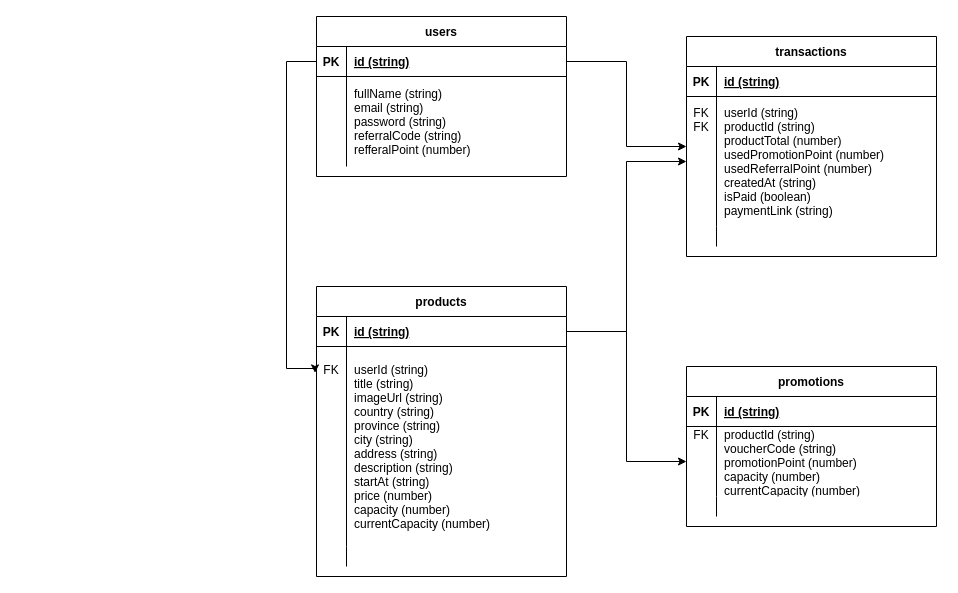
The draw.io diagram src/utils/erd.drawio in panjiarlins/events-tickets-marketplace, before the edit. Source tidied: cells renumbered, new cells numbered last; positions are measured from the earlier drawing's top-left corner, leaving out a move shared by most shapes. Both pictures are drawn from the tidied source at 100%, with x=0, y=0 at pixel (286, 16).
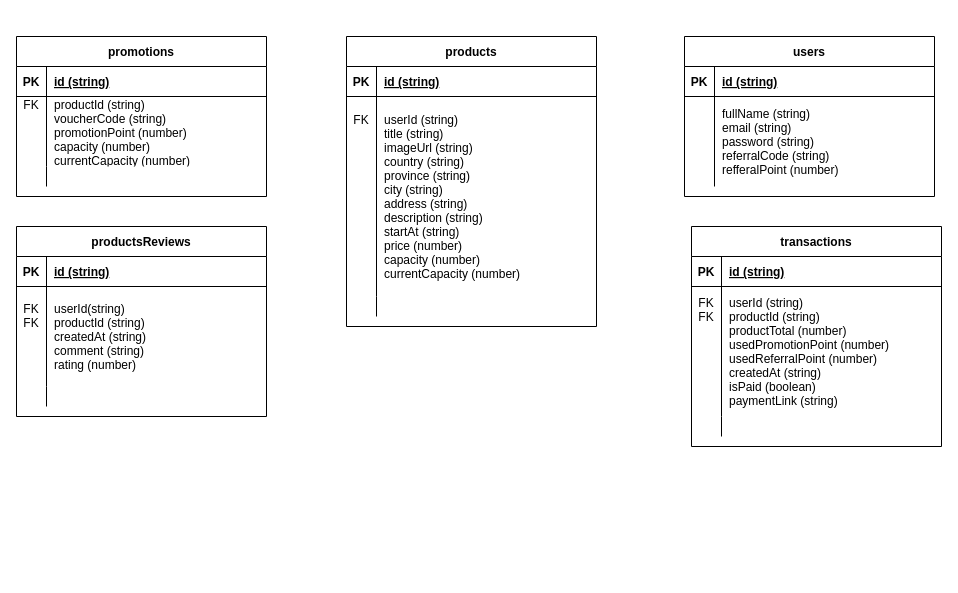
Above is the later version.

The change refers to these unchanged cells:
```xml
<mxCell id="6" style="shape=partialRectangle;fillColor=none;points=[[0,0.5],[1,0.5]];portConstraint=eastwest;top=0;left=0;right=0;bottom=0;" parent="2" vertex="1">
  <mxGeometry y="60" width="250" height="130" as="geometry" />
</mxCell>
<mxCell id="13" style="shape=partialRectangle;fillColor=none;points=[[0,0.5],[1,0.5]];portConstraint=eastwest;top=0;left=0;right=0;bottom=1;" parent="12" vertex="1">
  <mxGeometry y="30" width="250" height="30" as="geometry" />
</mxCell>
<mxCell id="16" style="shape=partialRectangle;fillColor=none;points=[[0,0.5],[1,0.5]];portConstraint=eastwest;top=0;left=0;right=0;bottom=0;" parent="12" vertex="1">
  <mxGeometry y="60" width="250" height="200" as="geometry" />
</mxCell>
<mxCell id="23" style="shape=partialRectangle;fillColor=none;points=[[0,0.5],[1,0.5]];portConstraint=eastwest;top=0;left=0;right=0;bottom=1;" parent="22" vertex="1">
  <mxGeometry y="30" width="250" height="30" as="geometry" />
</mxCell>
<mxCell id="36" style="shape=partialRectangle;fillColor=none;points=[[0,0.5],[1,0.5]];portConstraint=eastwest;top=0;left=0;right=0;bottom=0;" parent="32" vertex="1">
  <mxGeometry y="60" width="250" height="70" as="geometry" />
</mxCell>
```

What changed in the source:
```diff
@@
     <mxCell id="2" value="transactions" style="shape=table;startSize=30;childLayout=tableLayout;rowLines=0;fontStyle=1;align=center;" parent="1" vertex="1">
-      <mxGeometry x="400" y="20" width="250" height="220" as="geometry" />
+      <mxGeometry x="405" y="210" width="250" height="220" as="geometry" />
     </mxCell>
@@
     <mxCell id="12" value="products" style="shape=table;startSize=30;childLayout=tableLayout;rowLines=0;fontStyle=1;align=center;" parent="1" vertex="1">
-      <mxGeometry x="30" y="270" width="250" height="290" as="geometry" />
+      <mxGeometry x="60" y="20" width="250" height="290" as="geometry" />
     </mxCell>
@@
     <mxCell id="22" value="users" style="shape=table;startSize=30;childLayout=tableLayout;rowLines=0;fontStyle=1;align=center;" parent="1" vertex="1">
-      <mxGeometry x="30" width="250" height="160" as="geometry" />
+      <mxGeometry x="398" y="20" width="250" height="160" as="geometry" />
     </mxCell>
@@
-    <mxCell id="29" style="edgeStyle=orthogonalEdgeStyle;rounded=0;jettySize=auto;html=1;entryX=0;entryY=0.5;entryDx=0;entryDy=0;" parent="1" edge="1" source="23" target="2">
-      <mxGeometry relative="1" as="geometry" />
-    </mxCell>
-    <mxCell id="30" style="edgeStyle=orthogonalEdgeStyle;rounded=0;jettySize=auto;html=1;entryX=0;entryY=0.5;entryDx=0;entryDy=0;" parent="1" edge="1" source="13" target="6">
-      <mxGeometry relative="1" as="geometry" />
-    </mxCell>
-    <mxCell id="31" style="edgeStyle=orthogonalEdgeStyle;rounded=0;jettySize=auto;html=1;exitX=0;exitY=0.5;exitDx=0;exitDy=0;entryX=-0.006;entryY=0.132;entryDx=0;entryDy=0;entryPerimeter=0;" parent="1" edge="1" source="23" target="16">
-      <mxGeometry relative="1" as="geometry">
-        <Array as="points">
-          <mxPoint y="45" />
-          <mxPoint y="352" />
-        </Array>
-      </mxGeometry>
-    </mxCell>
     <mxCell id="32" value="promotions" style="shape=table;startSize=30;childLayout=tableLayout;rowLines=0;fontStyle=1;align=center;" parent="1" vertex="1">
-      <mxGeometry x="400" y="350" width="250" height="160" as="geometry" />
+      <mxGeometry x="-270" y="20" width="250" height="160" as="geometry" />
     </mxCell>
@@
-    <mxCell id="42" style="edgeStyle=orthogonalEdgeStyle;rounded=0;jettySize=auto;html=1;exitX=1;exitY=0.5;exitDx=0;exitDy=0;entryX=0;entryY=0.5;entryDx=0;entryDy=0;" parent="1" edge="1" source="13" target="36">
-      <mxGeometry relative="1" as="geometry" />
-    </mxCell>
+    <mxCell id="43" value="productsReviews" style="shape=table;startSize=30;childLayout=tableLayout;rowLines=0;fontStyle=1;align=center;" parent="1" vertex="1">
+      <mxGeometry x="-270" y="210" width="250" height="190" as="geometry" />
+    </mxCell>
+    <mxCell id="44" style="shape=partialRectangle;fillColor=none;top=0;left=0;right=0;bottom=1;" parent="43" vertex="1">
+      <mxGeometry y="30" width="250" height="30" as="geometry" />
+    </mxCell>
+    <mxCell id="45" value="PK" style="shape=partialRectangle;overflow=hidden;fillColor=none;top=0;left=0;bottom=0;right=0;fontStyle=1;" parent="44" vertex="1">
+      <mxGeometry width="30" height="30" as="geometry" />
+    </mxCell>
+    <mxCell id="46" value="id (string)" style="shape=partialRectangle;overflow=hidden;fillColor=none;top=0;left=0;bottom=0;right=0;align=left;spacingLeft=6;fontStyle=5;" parent="44" vertex="1">
+      <mxGeometry x="30" width="220" height="30" as="geometry" />
+    </mxCell>
+    <mxCell id="47" style="shape=partialRectangle;fillColor=none;top=0;left=0;right=0;bottom=0;" parent="43" vertex="1">
+      <mxGeometry y="60" width="250" height="100" as="geometry" />
+    </mxCell>
+    <mxCell id="48" value="FK&#10;FK&#10;&#10;&#10;" style="shape=partialRectangle;overflow=hidden;fillColor=none;top=0;left=0;bottom=0;right=0;" parent="47" vertex="1">
+      <mxGeometry width="30" height="100" as="geometry" />
+    </mxCell>
+    <mxCell id="49" value="userId(string)&#10;productId (string)&#10;createdAt (string)&#10;comment (string)&#10;rating (number)" style="shape=partialRectangle;overflow=hidden;fillColor=none;top=0;left=0;bottom=0;right=0;align=left;spacingLeft=6;" parent="47" vertex="1">
+      <mxGeometry x="30" width="220" height="100" as="geometry" />
+    </mxCell>
+    <mxCell id="50" style="shape=partialRectangle;fillColor=none;top=0;left=0;right=0;bottom=0;" parent="43" vertex="1">
+      <mxGeometry y="160" width="250" height="20" as="geometry" />
+    </mxCell>
+    <mxCell id="51" style="shape=partialRectangle;overflow=hidden;fillColor=none;top=0;left=0;bottom=0;right=0;" parent="50" vertex="1">
+      <mxGeometry width="30" height="20" as="geometry" />
+    </mxCell>
+    <mxCell id="52" style="shape=partialRectangle;overflow=hidden;fillColor=none;top=0;left=0;bottom=0;right=0;align=left;spacingLeft=6;" parent="50" vertex="1">
+      <mxGeometry x="30" width="220" height="20" as="geometry" />
+    </mxCell>
```
